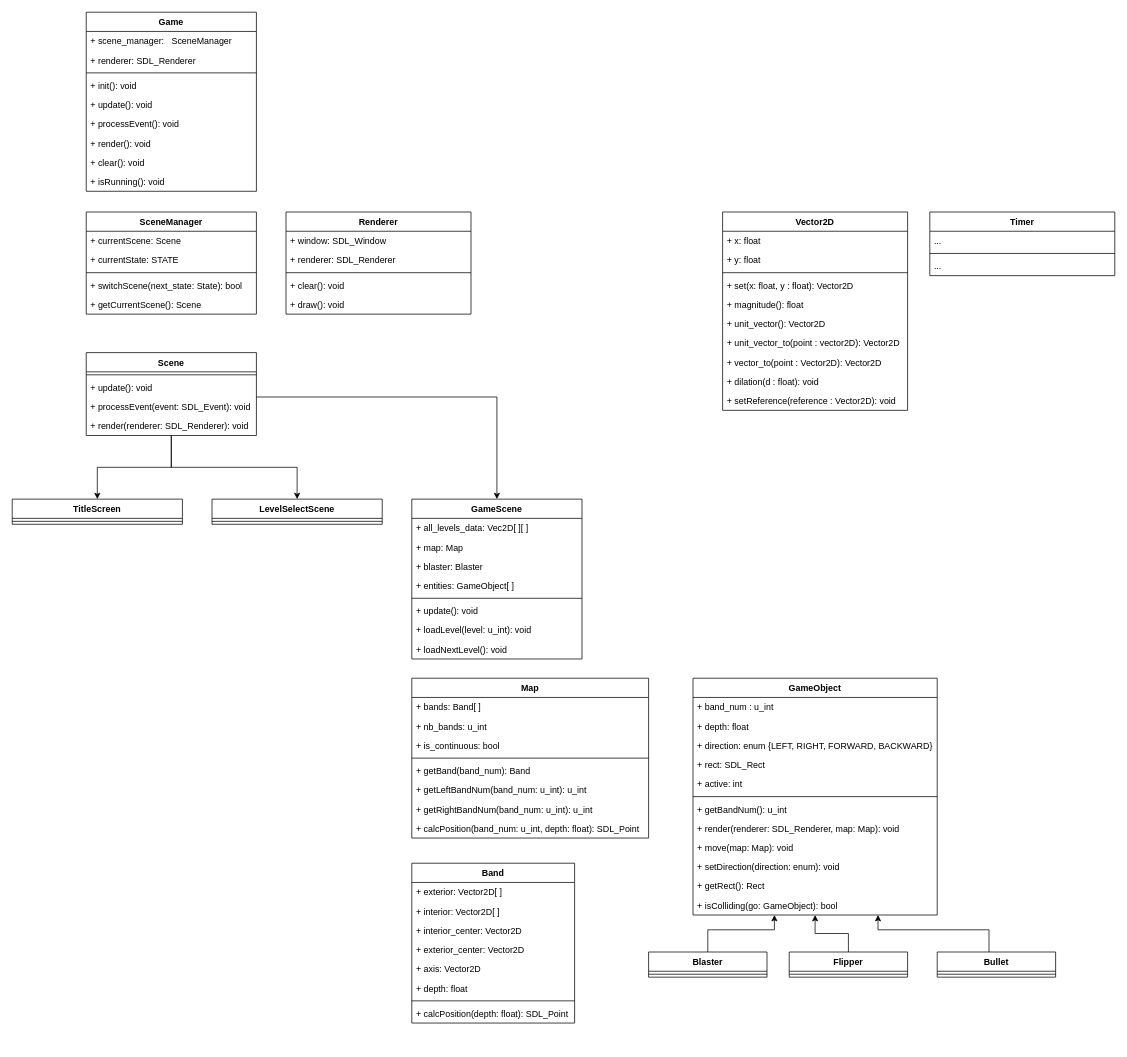
Earlier version of the draw.io diagram doc/archi.drawio (arxaqapi/atari-tempest). Source tidied: cells renumbered, new cells numbered last; positions are measured from the earlier drawing's top-left corner, leaving out a move shared by most shapes. Both pictures are drawn from the tidied source at 74%, with x=0, y=0 at pixel (12, 12).
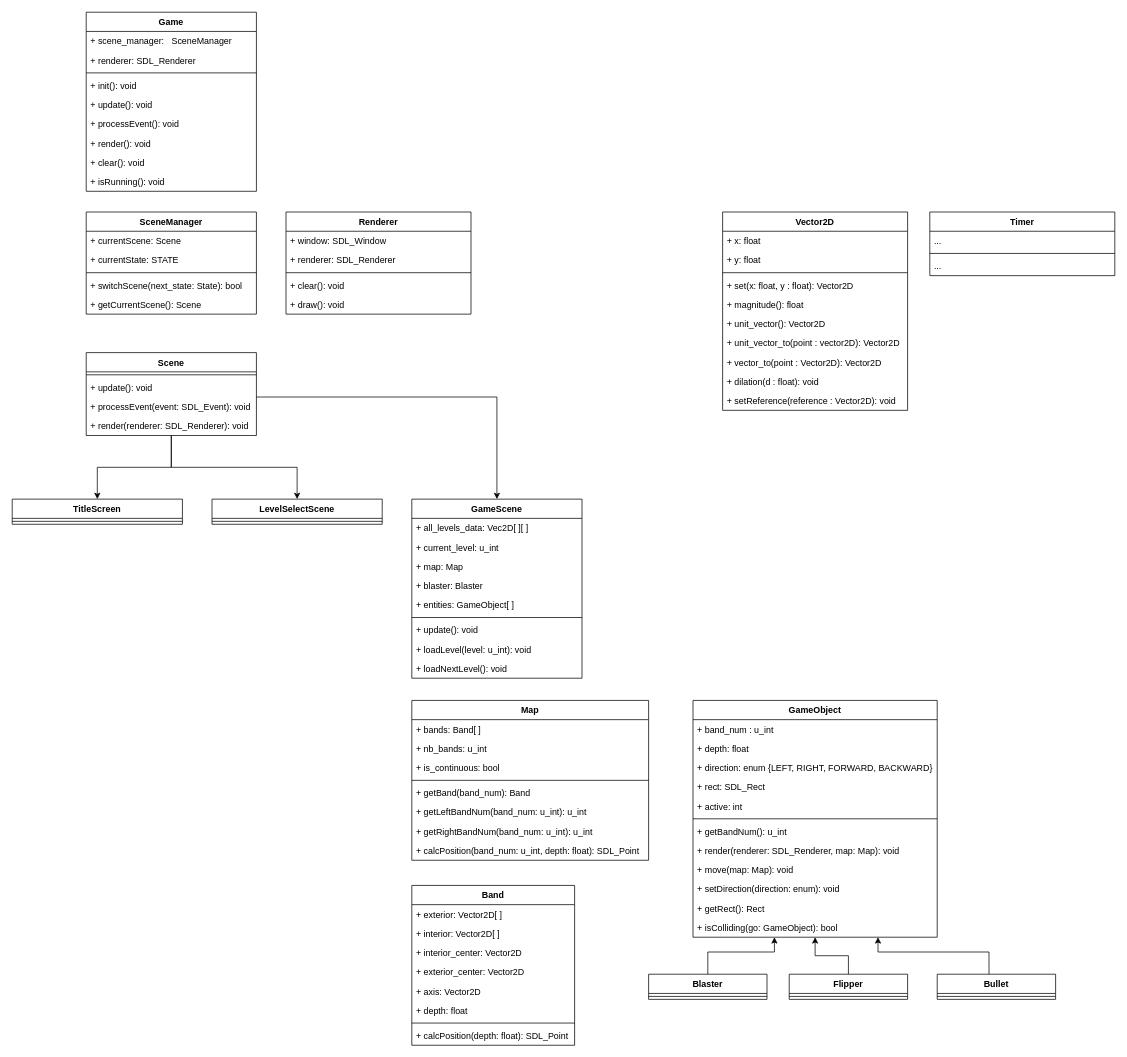
After the change.

Commit message:
petite correction schema architecture

Diff of the diagram source:
```diff
@@
     <mxCell id="2" value="GameScene" style="swimlane;fontStyle=1;align=center;verticalAlign=top;horizontal=1;startSize=26;" parent="1" vertex="1">
-      <mxGeometry x="540" y="658" width="230" height="216" as="geometry" />
+      <mxGeometry x="540" y="658" width="230" height="242" as="geometry" />
     </mxCell>
@@
+    <mxCell id="100" value="+ current_level: u_int" style="text;strokeColor=none;fillColor=none;align=left;verticalAlign=top;spacingLeft=4;spacingRight=4;overflow=hidden;" parent="2" vertex="1">
+      <mxGeometry y="52" width="230" height="26" as="geometry" />
+    </mxCell>
     <mxCell id="4" value="+ map: Map" style="text;strokeColor=none;fillColor=none;align=left;verticalAlign=top;spacingLeft=4;spacingRight=4;overflow=hidden;" parent="2" vertex="1">
-      <mxGeometry y="52" width="230" height="26" as="geometry" />
+      <mxGeometry y="78" width="230" height="26" as="geometry" />
     </mxCell>
     <mxCell id="5" value="+ blaster: Blaster" style="text;strokeColor=none;fillColor=none;align=left;verticalAlign=top;spacingLeft=4;spacingRight=4;overflow=hidden;" parent="2" vertex="1">
-      <mxGeometry y="78" width="230" height="26" as="geometry" />
+      <mxGeometry y="104" width="230" height="26" as="geometry" />
     </mxCell>
     <mxCell id="6" value="+ entities: GameObject[ ]" style="text;strokeColor=none;fillColor=none;align=left;verticalAlign=top;spacingLeft=4;spacingRight=4;overflow=hidden;" parent="2" vertex="1">
-      <mxGeometry y="104" width="230" height="26" as="geometry" />
+      <mxGeometry y="130" width="230" height="26" as="geometry" />
     </mxCell>
     <mxCell id="7" style="line;strokeWidth=1;fillColor=none;align=left;verticalAlign=middle;spacingTop=-1;spacingLeft=3;spacingRight=3;labelPosition=right;" parent="2" vertex="1">
-      <mxGeometry y="130" width="230" height="8" as="geometry" />
+      <mxGeometry y="156" width="230" height="8" as="geometry" />
     </mxCell>
     <mxCell id="8" value="+ update(): void" style="text;strokeColor=none;fillColor=none;align=left;verticalAlign=top;spacingLeft=4;spacingRight=4;overflow=hidden;" parent="2" vertex="1">
-      <mxGeometry y="138" width="230" height="26" as="geometry" />
+      <mxGeometry y="164" width="230" height="26" as="geometry" />
     </mxCell>
     <mxCell id="9" value="+ loadLevel(level: u_int): void" style="text;strokeColor=none;fillColor=none;align=left;verticalAlign=top;spacingLeft=4;spacingRight=4;overflow=hidden;" parent="2" vertex="1">
-      <mxGeometry y="164" width="230" height="26" as="geometry" />
+      <mxGeometry y="190" width="230" height="26" as="geometry" />
     </mxCell>
     <mxCell id="10" value="+ loadNextLevel(): void" style="text;strokeColor=none;fillColor=none;align=left;verticalAlign=top;spacingLeft=4;spacingRight=4;overflow=hidden;" parent="2" vertex="1">
-      <mxGeometry y="190" width="230" height="26" as="geometry" />
+      <mxGeometry y="216" width="230" height="26" as="geometry" />
     </mxCell>
     <mxCell id="11" value="Map" style="swimlane;fontStyle=1;align=center;verticalAlign=top;horizontal=1;startSize=26;" parent="1" vertex="1">
-      <mxGeometry x="540" y="900" width="320" height="216" as="geometry" />
+      <mxGeometry x="540" y="930" width="320" height="216" as="geometry" />
     </mxCell>
@@
     <mxCell id="20" value="Band" style="swimlane;fontStyle=1;align=center;verticalAlign=top;horizontal=1;startSize=26;" parent="1" vertex="1">
-      <mxGeometry x="540" y="1150" width="220" height="216" as="geometry" />
+      <mxGeometry x="540" y="1180" width="220" height="216" as="geometry" />
     </mxCell>
@@
     <mxCell id="47" style="edgeStyle=orthogonalEdgeStyle;rounded=0;jettySize=auto;html=1;fontColor=#FF8000;" parent="1" edge="1" source="48" target="50">
       <mxGeometry relative="1" as="geometry">
         <Array as="points">
-          <mxPoint x="940" y="1240" />
-          <mxPoint x="1030" y="1240" />
+          <mxPoint x="940" y="1270" />
+          <mxPoint x="1030" y="1270" />
         </Array>
       </mxGeometry>
     </mxCell>
     <mxCell id="48" value="Blaster" style="swimlane;fontStyle=1;align=center;verticalAlign=top;horizontal=1;startSize=26;" parent="1" vertex="1">
-      <mxGeometry x="860" y="1270" width="160" height="34" as="geometry" />
+      <mxGeometry x="860" y="1300" width="160" height="34" as="geometry" />
     </mxCell>
@@
     <mxCell id="50" value="GameObject" style="swimlane;fontStyle=1;align=center;verticalAlign=top;horizontal=1;startSize=26;" parent="1" vertex="1">
-      <mxGeometry x="920" y="900" width="330" height="320" as="geometry" />
+      <mxGeometry x="920" y="930" width="330" height="320" as="geometry" />
     </mxCell>
@@
     <mxCell id="64" value="Flipper" style="swimlane;fontStyle=1;align=center;verticalAlign=top;horizontal=1;startSize=26;" parent="1" vertex="1">
-      <mxGeometry x="1050" y="1270" width="160" height="34" as="geometry" />
+      <mxGeometry x="1050" y="1300" width="160" height="34" as="geometry" />
     </mxCell>
@@
     <mxCell id="66" style="edgeStyle=orthogonalEdgeStyle;rounded=0;jettySize=auto;html=1;fontColor=#FF8000;" parent="1" edge="1" source="67" target="50">
       <mxGeometry relative="1" as="geometry">
         <Array as="points">
-          <mxPoint x="1320" y="1240" />
-          <mxPoint x="1170" y="1240" />
+          <mxPoint x="1320" y="1270" />
+          <mxPoint x="1170" y="1270" />
         </Array>
       </mxGeometry>
     </mxCell>
     <mxCell id="67" value="Bullet" style="swimlane;fontStyle=1;align=center;verticalAlign=top;horizontal=1;startSize=26;" parent="1" vertex="1">
-      <mxGeometry x="1250" y="1270" width="160" height="34" as="geometry" />
+      <mxGeometry x="1250" y="1300" width="160" height="34" as="geometry" />
     </mxCell>
```
